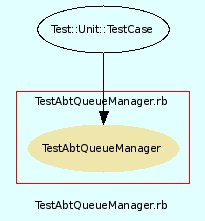
Earlier version of the Graphviz export src/trunk/doc/dot/f_14.png (eschabell/abtlinux). Its source is kept beside it as src/trunk/doc/dot/f_14.dot.
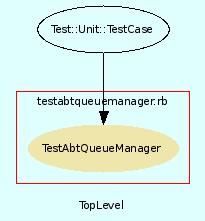
After the commit.

What changed in the source:
```diff
@@ -3,7 +3,7 @@
     bgcolor = lightcyan1
     fontname = Arial
     fontsize = 8
-    label = "TestAbtQueueManager.rb"
+    label = "TopLevel"
     node [
         fontname = Arial,
         fontsize = 8,
@@ -13,7 +13,7 @@
     subgraph cluster_15 {
         fontname = Arial
         color = red
-        label = "TestAbtQueueManager.rb"
+        label = "testabtqueuemanager.rb"
         TestAbtQueueManager [
             fontcolor = black,
             URL = "classes/TestAbtQueueManager.html",
```
